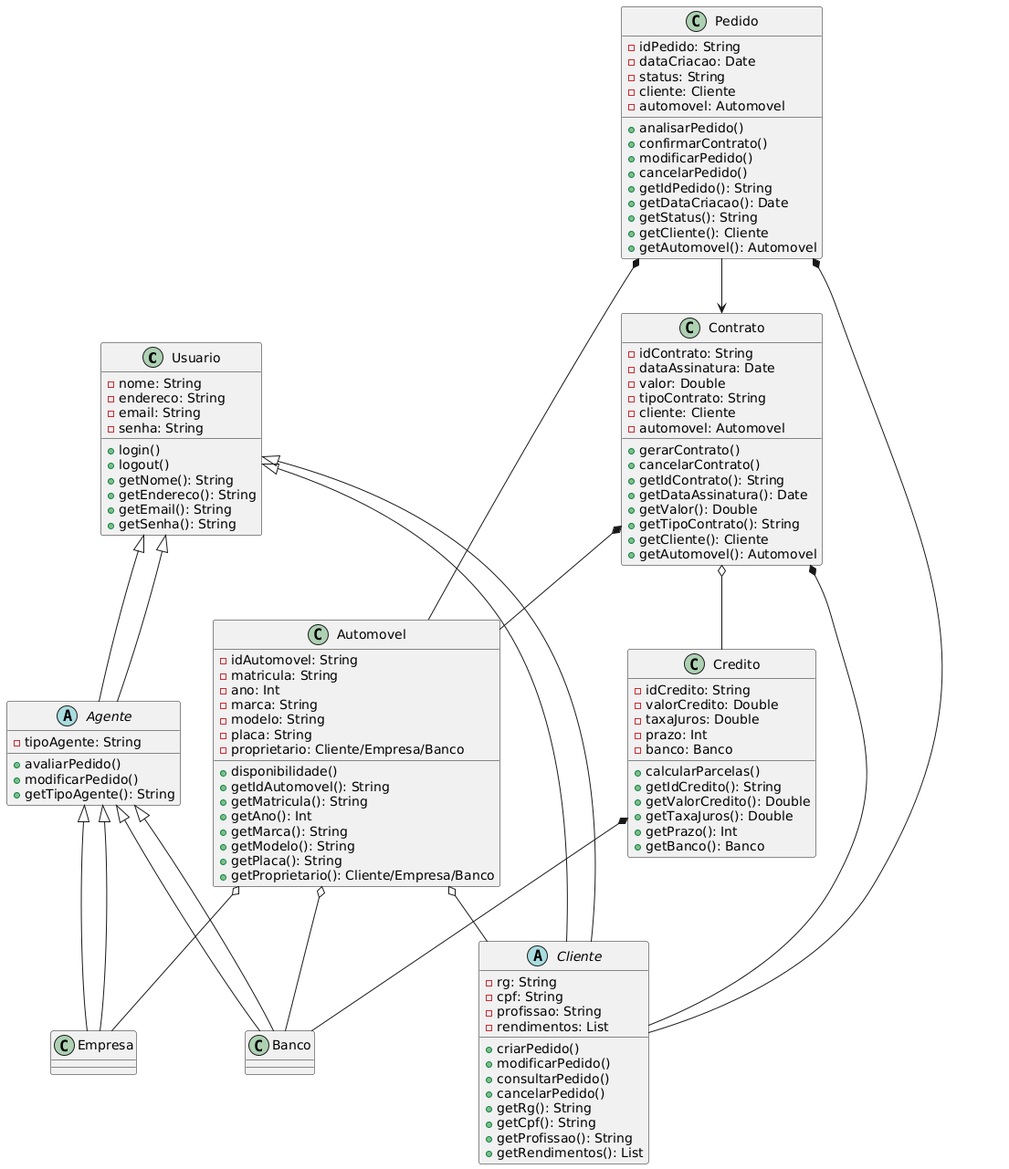
Earlier version of the PlantUML export projeto/Prints/ClassDiagram.png (PhilippeVieira/AluguelCarros-LDS). The source it was exported from:
```plantuml
@startuml
class Usuario {
  - nome: String
  - endereco: String
  - email: String
  - senha: String
  + login()
  + logout()
  + getNome(): String
  + getEndereco(): String
  + getEmail(): String
  + getSenha(): String
}

abstract class Cliente extends Usuario {
  - rg: String
  - cpf: String
  - profissao: String
  - rendimentos: List
  + criarPedido()
  + modificarPedido()
  + consultarPedido()
  + cancelarPedido()
  + getRg(): String
  + getCpf(): String
  + getProfissao(): String
  + getRendimentos(): List
}

abstract class Agente extends Usuario {
  - tipoAgente: String
  + avaliarPedido()
  + modificarPedido()
  + getTipoAgente(): String
}

class Banco extends Agente {
}

class Empresa extends Agente {
}

class Pedido {
  - idPedido: String
  - dataCriacao: Date
  - status: String
  - cliente: Cliente
  - automovel: Automovel
  + analisarPedido()
  + confirmarContrato()
  + modificarPedido()
  + cancelarPedido()
  + getIdPedido(): String
  + getDataCriacao(): Date
  + getStatus(): String
  + getCliente(): Cliente
  + getAutomovel(): Automovel
}

class Contrato {
  - idContrato: String
  - dataAssinatura: Date
  - valor: Double
  - tipoContrato: String
  - cliente: Cliente
  - automovel: Automovel
  + gerarContrato()
  + cancelarContrato()
  + getIdContrato(): String
  + getDataAssinatura(): Date
  + getValor(): Double
  + getTipoContrato(): String
  + getCliente(): Cliente
  + getAutomovel(): Automovel
}

class Credito {
  - idCredito: String
  - valorCredito: Double
  - taxaJuros: Double
  - prazo: Int
  - banco: Banco
  + calcularParcelas()
  + getIdCredito(): String
  + getValorCredito(): Double
  + getTaxaJuros(): Double
  + getPrazo(): Int
  + getBanco(): Banco
}

class Automovel {
  - idAutomovel: String
  - matricula: String
  - ano: Int
  - marca: String
  - modelo: String
  - placa: String
  - proprietario: Cliente/Empresa/Banco
  + disponibilidade()
  + getIdAutomovel(): String
  + getMatricula(): String
  + getAno(): Int
  + getMarca(): String
  + getModelo(): String
  + getPlaca(): String
  + getProprietario(): Cliente/Empresa/Banco
}

Usuario <|-- Cliente
Usuario <|-- Agente
Agente <|-- Banco
Agente <|-- Empresa
Pedido *-- Cliente
Pedido *-- Automovel
Pedido --> Contrato
Contrato *-- Cliente
Contrato *-- Automovel
Contrato o-- Credito
Credito *-- Banco
Automovel o-- Cliente
Automovel o-- Empresa
Automovel o-- Banco
@enduml
```
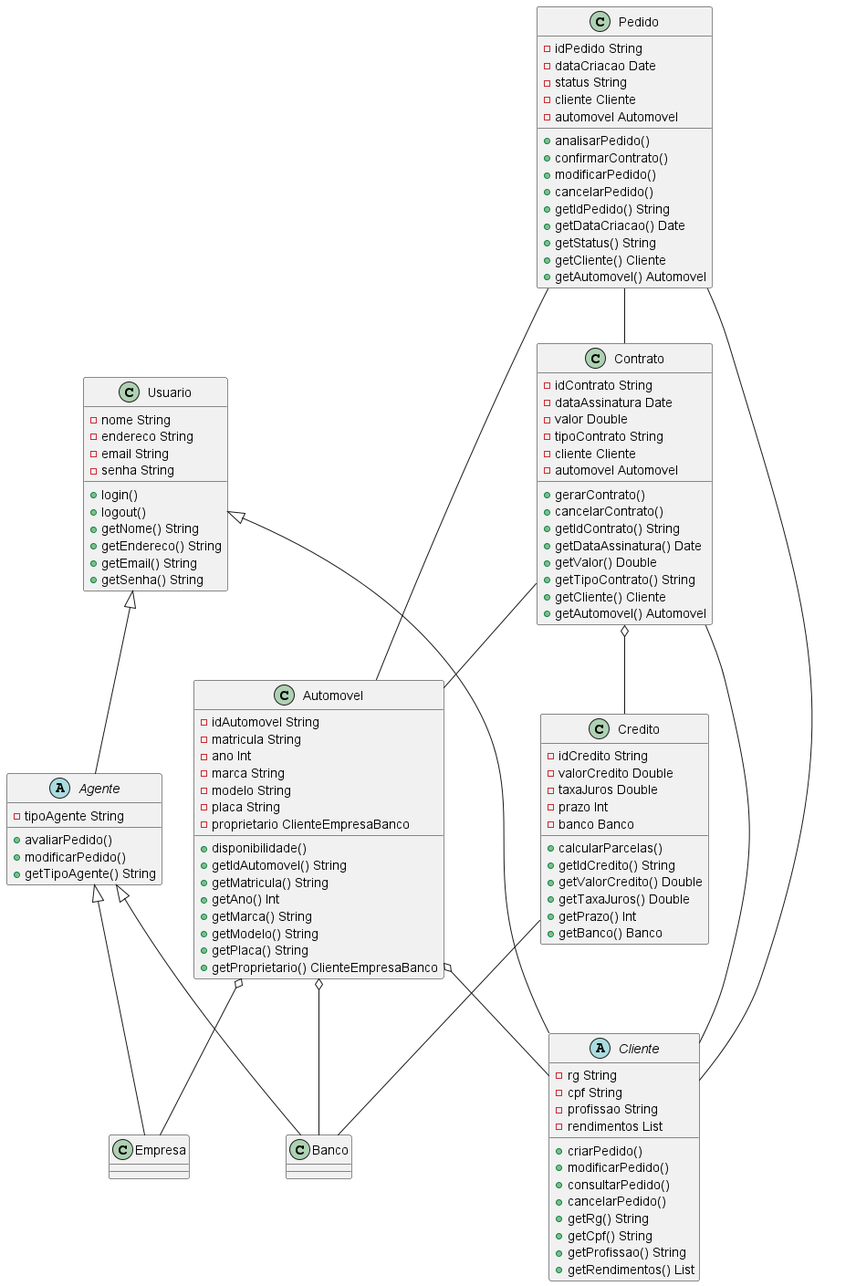
The same file after the commit.

What changed in the source:
```diff
@@ -1,37 +1,37 @@
 @startuml
 class Usuario {
-  - nome: String
-  - endereco: String
-  - email: String
-  - senha: String
+  - nome String
+  - endereco String
+  - email String
+  - senha String
   + login()
   + logout()
-  + getNome(): String
-  + getEndereco(): String
-  + getEmail(): String
-  + getSenha(): String
+  + getNome() String
+  + getEndereco() String
+  + getEmail() String
+  + getSenha() String
 }
 
 abstract class Cliente extends Usuario {
-  - rg: String
-  - cpf: String
-  - profissao: String
-  - rendimentos: List
+  - rg String
+  - cpf String
+  - profissao String
+  - rendimentos List
   + criarPedido()
   + modificarPedido()
   + consultarPedido()
   + cancelarPedido()
-  + getRg(): String
-  + getCpf(): String
-  + getProfissao(): String
-  + getRendimentos(): List
+  + getRg() String
+  + getCpf() String
+  + getProfissao() String
+  + getRendimentos() List
 }
 
 abstract class Agente extends Usuario {
-  - tipoAgente: String
+  - tipoAgente String
   + avaliarPedido()
   + modificarPedido()
-  + getTipoAgente(): String
+  + getTipoAgente() String
 }
 
 class Banco extends Agente {
@@ -41,82 +41,78 @@
 }
 
 class Pedido {
-  - idPedido: String
-  - dataCriacao: Date
-  - status: String
-  - cliente: Cliente
-  - automovel: Automovel
+  - idPedido String
+  - dataCriacao Date
+  - status String
+  - cliente Cliente
+  - automovel Automovel
   + analisarPedido()
   + confirmarContrato()
   + modificarPedido()
   + cancelarPedido()
-  + getIdPedido(): String
-  + getDataCriacao(): Date
-  + getStatus(): String
-  + getCliente(): Cliente
-  + getAutomovel(): Automovel
+  + getIdPedido() String
+  + getDataCriacao() Date
+  + getStatus() String
+  + getCliente() Cliente
+  + getAutomovel() Automovel
 }
 
 class Contrato {
-  - idContrato: String
-  - dataAssinatura: Date
-  - valor: Double
-  - tipoContrato: String
-  - cliente: Cliente
-  - automovel: Automovel
+  - idContrato String
+  - dataAssinatura Date
+  - valor Double
+  - tipoContrato String
+  - cliente Cliente
+  - automovel Automovel
   + gerarContrato()
   + cancelarContrato()
-  + getIdContrato(): String
-  + getDataAssinatura(): Date
-  + getValor(): Double
-  + getTipoContrato(): String
-  + getCliente(): Cliente
-  + getAutomovel(): Automovel
+  + getIdContrato() String
+  + getDataAssinatura() Date
+  + getValor() Double
+  + getTipoContrato() String
+  + getCliente() Cliente
+  + getAutomovel() Automovel
 }
 
 class Credito {
-  - idCredito: String
-  - valorCredito: Double
-  - taxaJuros: Double
-  - prazo: Int
-  - banco: Banco
+  - idCredito String
+  - valorCredito Double
+  - taxaJuros Double
+  - prazo Int
+  - banco Banco
   + calcularParcelas()
-  + getIdCredito(): String
-  + getValorCredito(): Double
-  + getTaxaJuros(): Double
-  + getPrazo(): Int
-  + getBanco(): Banco
+  + getIdCredito() String
+  + getValorCredito() Double
+  + getTaxaJuros() Double
+  + getPrazo() Int
+  + getBanco() Banco
 }
 
 class Automovel {
-  - idAutomovel: String
-  - matricula: String
-  - ano: Int
-  - marca: String
-  - modelo: String
-  - placa: String
-  - proprietario: Cliente/Empresa/Banco
+  - idAutomovel String
+  - matricula String
+  - ano Int
+  - marca String
+  - modelo String
+  - placa String
+  - proprietario ClienteEmpresaBanco
   + disponibilidade()
-  + getIdAutomovel(): String
-  + getMatricula(): String
-  + getAno(): Int
-  + getMarca(): String
-  + getModelo(): String
-  + getPlaca(): String
-  + getProprietario(): Cliente/Empresa/Banco
+  + getIdAutomovel() String
+  + getMatricula() String
+  + getAno() Int
+  + getMarca() String
+  + getModelo() String
+  + getPlaca() String
+  + getProprietario() ClienteEmpresaBanco
 }
 
-Usuario <|-- Cliente
-Usuario <|-- Agente
-Agente <|-- Banco
-Agente <|-- Empresa
-Pedido *-- Cliente
-Pedido *-- Automovel
-Pedido --> Contrato
-Contrato *-- Cliente
-Contrato *-- Automovel
+Pedido -- Cliente
+Pedido -- Automovel
+Pedido -- Contrato
+Contrato -- Cliente
+Contrato -- Automovel
 Contrato o-- Credito
-Credito *-- Banco
+Credito -- Banco
 Automovel o-- Cliente
 Automovel o-- Empresa
 Automovel o-- Banco
```
